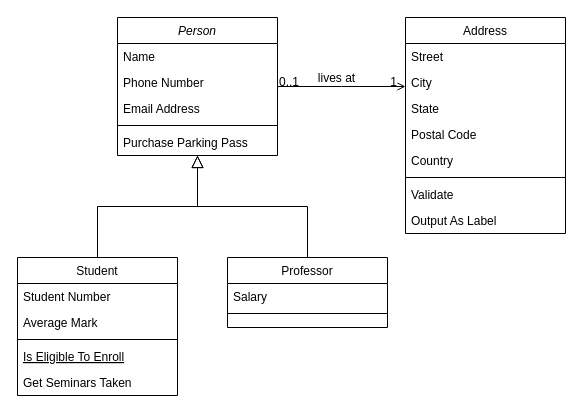
This is src/programaciones/Diagrama sin título.drawio from garbrielpele/trabajosprog2, a draw.io file, before an edit. Source tidied: cells renumbered, new cells numbered last; positions are measured from the earlier drawing's top-left corner, leaving out a move shared by most shapes. Both pictures are drawn from the tidied source at 100%, with x=0, y=0 at pixel (17, 17).
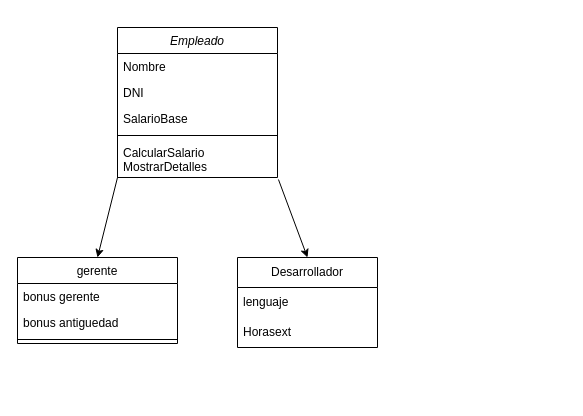
The same diagram, later.

Commit message:
diagrama de empresa

The edit, as a diff of the source:
```diff
@@
-    <mxCell id="2" value="Person" style="swimlane;fontStyle=2;align=center;verticalAlign=top;horizontal=1;startSize=26;rounded=0;shadow=0;strokeWidth=1;" parent="1" vertex="1">
-      <mxGeometry x="100" width="160" height="138" as="geometry" />
+    <mxCell id="2" value="Empleado" style="swimlane;fontStyle=2;align=center;verticalAlign=top;horizontal=1;startSize=26;rounded=0;shadow=0;strokeWidth=1;" parent="1" vertex="1">
+      <mxGeometry x="100" y="10" width="160" height="150" as="geometry" />
     </mxCell>
-    <mxCell id="3" value="Name" style="text;align=left;verticalAlign=top;spacingLeft=4;spacingRight=4;overflow=hidden;" parent="2" vertex="1">
+    <mxCell id="3" value="Nombre" style="text;align=left;verticalAlign=top;spacingLeft=4;spacingRight=4;overflow=hidden;" parent="2" vertex="1">
       <mxGeometry y="26" width="160" height="26" as="geometry" />
     </mxCell>
-    <mxCell id="4" value="Phone Number" style="text;align=left;verticalAlign=top;spacingLeft=4;spacingRight=4;overflow=hidden;rounded=0;shadow=0;html=0;" parent="2" vertex="1">
+    <mxCell id="4" value="DNI" style="text;align=left;verticalAlign=top;spacingLeft=4;spacingRight=4;overflow=hidden;rounded=0;shadow=0;html=0;" parent="2" vertex="1">
       <mxGeometry y="52" width="160" height="26" as="geometry" />
     </mxCell>
-    <mxCell id="5" value="Email Address" style="text;align=left;verticalAlign=top;spacingLeft=4;spacingRight=4;overflow=hidden;rounded=0;shadow=0;html=0;" parent="2" vertex="1">
+    <mxCell id="5" value="SalarioBase" style="text;align=left;verticalAlign=top;spacingLeft=4;spacingRight=4;overflow=hidden;rounded=0;shadow=0;html=0;" parent="2" vertex="1">
       <mxGeometry y="78" width="160" height="26" as="geometry" />
     </mxCell>
@@
-    <mxCell id="7" value="Purchase Parking Pass" style="text;align=left;verticalAlign=top;spacingLeft=4;spacingRight=4;overflow=hidden;points=[[0,0.5],[1,0.5]];portConstraint=eastwest;" parent="2" vertex="1">
-      <mxGeometry y="112" width="160" height="26" as="geometry" />
+    <mxCell id="7" value="CalcularSalario&#10;MostrarDetalles" style="text;align=left;verticalAlign=top;spacingLeft=4;spacingRight=4;overflow=hidden;points=[[0,0.5],[1,0.5]];portConstraint=eastwest;" parent="2" vertex="1">
+      <mxGeometry y="112" width="160" height="38" as="geometry" />
     </mxCell>
-    <mxCell id="8" value="Student" style="swimlane;fontStyle=0;align=center;verticalAlign=top;horizontal=1;startSize=26;rounded=0;shadow=0;strokeWidth=1;" parent="1" vertex="1">
-      <mxGeometry y="240" width="160" height="138" as="geometry" />
+    <mxCell id="8" value="gerente" style="swimlane;fontStyle=0;align=center;verticalAlign=top;horizontal=1;startSize=26;rounded=0;shadow=0;strokeWidth=1;" parent="1" vertex="1">
+      <mxGeometry y="240" width="160" height="86" as="geometry" />
     </mxCell>
-    <mxCell id="9" value="Student Number" style="text;align=left;verticalAlign=top;spacingLeft=4;spacingRight=4;overflow=hidden;" parent="8" vertex="1">
+    <mxCell id="9" value="bonus gerente" style="text;align=left;verticalAlign=top;spacingLeft=4;spacingRight=4;overflow=hidden;" parent="8" vertex="1">
       <mxGeometry y="26" width="160" height="26" as="geometry" />
     </mxCell>
-    <mxCell id="10" value="Average Mark" style="text;align=left;verticalAlign=top;spacingLeft=4;spacingRight=4;overflow=hidden;rounded=0;shadow=0;html=0;" parent="8" vertex="1">
+    <mxCell id="10" value="bonus antiguedad" style="text;align=left;verticalAlign=top;spacingLeft=4;spacingRight=4;overflow=hidden;rounded=0;shadow=0;html=0;" parent="8" vertex="1">
       <mxGeometry y="52" width="160" height="26" as="geometry" />
     </mxCell>
@@
-    <mxCell id="12" value="Is Eligible To Enroll" style="text;align=left;verticalAlign=top;spacingLeft=4;spacingRight=4;overflow=hidden;fontStyle=4;" parent="8" vertex="1">
-      <mxGeometry y="86" width="160" height="26" as="geometry" />
-    </mxCell>
-    <mxCell id="13" value="Get Seminars Taken" style="text;align=left;verticalAlign=top;spacingLeft=4;spacingRight=4;overflow=hidden;" parent="8" vertex="1">
-      <mxGeometry y="112" width="160" height="26" as="geometry" />
-    </mxCell>
-    <mxCell id="14" style="endArrow=block;endSize=10;endFill=0;shadow=0;strokeWidth=1;rounded=0;curved=0;edgeStyle=elbowEdgeStyle;elbow=vertical;" parent="1" edge="1" source="8" target="2">
-      <mxGeometry relative="1" as="geometry" />
-    </mxCell>
-    <mxCell id="15" value="Professor" style="swimlane;fontStyle=0;align=center;verticalAlign=top;horizontal=1;startSize=26;rounded=0;shadow=0;strokeWidth=1;" parent="1" vertex="1">
-      <mxGeometry x="210" y="240" width="160" height="70" as="geometry" />
-    </mxCell>
-    <mxCell id="16" value="Salary" style="text;align=left;verticalAlign=top;spacingLeft=4;spacingRight=4;overflow=hidden;" parent="15" vertex="1">
-      <mxGeometry y="26" width="160" height="26" as="geometry" />
-    </mxCell>
-    <mxCell id="17" style="line;html=1;strokeWidth=1;align=left;verticalAlign=middle;spacingTop=-1;spacingLeft=3;spacingRight=3;labelPosition=right;" parent="15" vertex="1">
-      <mxGeometry y="52" width="160" height="8" as="geometry" />
-    </mxCell>
-    <mxCell id="18" style="endArrow=block;endSize=10;endFill=0;shadow=0;strokeWidth=1;rounded=0;curved=0;edgeStyle=elbowEdgeStyle;elbow=vertical;" parent="1" edge="1" source="15" target="2">
-      <mxGeometry relative="1" as="geometry" />
-    </mxCell>
-    <mxCell id="19" value="Address" style="swimlane;fontStyle=0;align=center;verticalAlign=top;horizontal=1;startSize=26;rounded=0;shadow=0;strokeWidth=1;" parent="1" vertex="1">
-      <mxGeometry x="388" width="160" height="216" as="geometry" />
-    </mxCell>
-    <mxCell id="20" value="Street" style="text;align=left;verticalAlign=top;spacingLeft=4;spacingRight=4;overflow=hidden;" parent="19" vertex="1">
-      <mxGeometry y="26" width="160" height="26" as="geometry" />
-    </mxCell>
-    <mxCell id="21" value="City" style="text;align=left;verticalAlign=top;spacingLeft=4;spacingRight=4;overflow=hidden;rounded=0;shadow=0;html=0;" parent="19" vertex="1">
-      <mxGeometry y="52" width="160" height="26" as="geometry" />
-    </mxCell>
-    <mxCell id="22" value="State" style="text;align=left;verticalAlign=top;spacingLeft=4;spacingRight=4;overflow=hidden;rounded=0;shadow=0;html=0;" parent="19" vertex="1">
-      <mxGeometry y="78" width="160" height="26" as="geometry" />
-    </mxCell>
-    <mxCell id="23" value="Postal Code" style="text;align=left;verticalAlign=top;spacingLeft=4;spacingRight=4;overflow=hidden;rounded=0;shadow=0;html=0;" parent="19" vertex="1">
-      <mxGeometry y="104" width="160" height="26" as="geometry" />
-    </mxCell>
-    <mxCell id="24" value="Country" style="text;align=left;verticalAlign=top;spacingLeft=4;spacingRight=4;overflow=hidden;rounded=0;shadow=0;html=0;" parent="19" vertex="1">
-      <mxGeometry y="130" width="160" height="26" as="geometry" />
-    </mxCell>
-    <mxCell id="25" style="line;html=1;strokeWidth=1;align=left;verticalAlign=middle;spacingTop=-1;spacingLeft=3;spacingRight=3;labelPosition=right;" parent="19" vertex="1">
-      <mxGeometry y="156" width="160" height="8" as="geometry" />
-    </mxCell>
-    <mxCell id="26" value="Validate" style="text;align=left;verticalAlign=top;spacingLeft=4;spacingRight=4;overflow=hidden;" parent="19" vertex="1">
-      <mxGeometry y="164" width="160" height="26" as="geometry" />
-    </mxCell>
-    <mxCell id="27" value="Output As Label" style="text;align=left;verticalAlign=top;spacingLeft=4;spacingRight=4;overflow=hidden;" parent="19" vertex="1">
-      <mxGeometry y="190" width="160" height="26" as="geometry" />
-    </mxCell>
-    <mxCell id="28" style="endArrow=open;shadow=0;strokeWidth=1;rounded=0;curved=0;endFill=1;edgeStyle=elbowEdgeStyle;elbow=vertical;" parent="1" edge="1" source="2" target="19">
-      <mxGeometry x="0.5" y="41" relative="1" as="geometry">
-        <mxPoint x="-40" y="32" as="offset" />
-      </mxGeometry>
-    </mxCell>
-    <mxCell id="29" value="0..1" style="align=left;verticalAlign=bottom;labelBackgroundColor=none;fontSize=12;" parent="28" vertex="1">
-      <mxGeometry x="-1" relative="1" as="geometry">
-        <mxPoint y="4" as="offset" />
-      </mxGeometry>
-    </mxCell>
-    <mxCell id="30" value="1" style="align=right;verticalAlign=bottom;labelBackgroundColor=none;fontSize=12;" parent="28" vertex="1">
-      <mxGeometry x="1" relative="1" as="geometry">
-        <mxPoint x="-7" y="4" as="offset" />
-      </mxGeometry>
-    </mxCell>
-    <mxCell id="31" value="lives at" style="text;html=1;align=center;verticalAlign=middle;labelBackgroundColor=none;rounded=0;shadow=0;strokeWidth=1;fontSize=12;" parent="28" vertex="1">
-      <mxGeometry x="0.5" y="49" relative="1" as="geometry">
-        <mxPoint x="-38" y="40" as="offset" />
-      </mxGeometry>
-    </mxCell>
+    <mxCell id="32" value="Desarrollador" style="swimlane;fontStyle=0;horizontal=1;startSize=30;whiteSpace=wrap;html=1;" parent="1" vertex="1">
+      <mxGeometry x="220" y="240" width="140" height="90" as="geometry" />
+    </mxCell>
+    <mxCell id="33" value="lenguaje" style="text;strokeColor=none;fillColor=none;align=left;verticalAlign=middle;spacingLeft=4;spacingRight=4;overflow=hidden;whiteSpace=wrap;html=1;" parent="32" vertex="1">
+      <mxGeometry y="30" width="140" height="30" as="geometry" />
+    </mxCell>
+    <mxCell id="34" value="Horasext" style="text;strokeColor=none;fillColor=none;align=left;verticalAlign=middle;spacingLeft=4;spacingRight=4;overflow=hidden;whiteSpace=wrap;html=1;" parent="32" vertex="1">
+      <mxGeometry y="60" width="140" height="30" as="geometry" />
+    </mxCell>
+    <mxCell id="35" style="endArrow=classic;html=1;rounded=0;entryX=0.5;entryY=0;entryDx=0;entryDy=0;exitX=1.006;exitY=1.053;exitDx=0;exitDy=0;exitPerimeter=0;" parent="1" edge="1" source="7" target="32">
+      <mxGeometry relative="1" as="geometry" />
+    </mxCell>
+    <mxCell id="36" style="endArrow=classic;html=1;rounded=0;entryX=0.5;entryY=0;entryDx=0;entryDy=0;exitX=0.994;exitY=1;exitDx=0;exitDy=0;exitPerimeter=0;" parent="1" edge="1" source="7" target="8">
+      <mxGeometry relative="1" as="geometry">
+        <Array as="points">
+          <mxPoint x="180" y="160" />
+          <mxPoint x="100" y="160" />
+        </Array>
+      </mxGeometry>
+    </mxCell>
```
